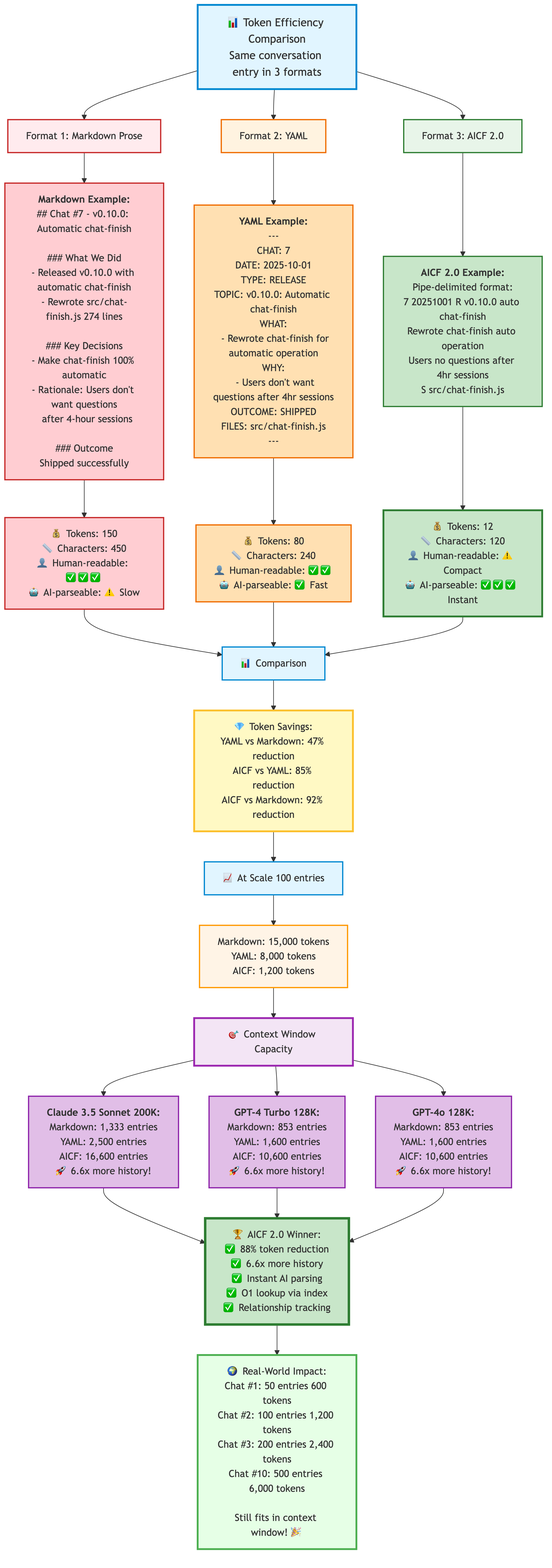
This is docs/05_token-efficiency.png from Vaeshkar/create-ai-chat-context-experimental, a Mermaid export, as it was before one commit. Its source is kept beside it as docs/05_token-efficiency.mmd. The source it was exported from:
```mermaid

graph TB
    Title[📊 Token Efficiency Comparison<br/>Same conversation entry in 3 formats]

    Title --> Format1[Format 1: Markdown Prose]
    Title --> Format2[Format 2: YAML]
    Title --> Format3[Format 3: AICF 2.0]

    Format1 --> MD[<b>Markdown Example:</b><br/>## Chat #7 - v0.10.0: Automatic chat-finish<br/><br/>### What We Did<br/>- Released v0.10.0 with automatic chat-finish<br/>- Rewrote src/chat-finish.js 274 lines<br/><br/>### Key Decisions<br/>- Make chat-finish 100% automatic<br/>- Rationale: Users don't want questions<br/>  after 4-hour sessions<br/><br/>### Outcome<br/>Shipped successfully]

    MD --> MDTokens[💰 Tokens: 150<br/>📏 Characters: 450<br/>👤 Human-readable: ✅✅✅<br/>🤖 AI-parseable: ⚠️ Slow]

    Format2 --> YAML[<b>YAML Example:</b><br/>---<br/>CHAT: 7<br/>DATE: 2025-10-01<br/>TYPE: RELEASE<br/>TOPIC: v0.10.0: Automatic chat-finish<br/>WHAT:<br/>  - Rewrote chat-finish for automatic operation<br/>WHY:<br/>  - Users don't want questions after 4hr sessions<br/>OUTCOME: SHIPPED<br/>FILES: src/chat-finish.js<br/>---]

    YAML --> YAMLTokens[💰 Tokens: 80<br/>📏 Characters: 240<br/>👤 Human-readable: ✅✅<br/>🤖 AI-parseable: ✅ Fast]

    Format3 --> AICF[<b>AICF 2.0 Example:</b><br/>Pipe-delimited format:<br/>7 20251001 R v0.10.0 auto chat-finish<br/>Rewrote chat-finish auto operation<br/>Users no questions after 4hr sessions<br/>S src/chat-finish.js]

    AICF --> AICFTokens[💰 Tokens: 12<br/>📏 Characters: 120<br/>👤 Human-readable: ⚠️ Compact<br/>🤖 AI-parseable: ✅✅✅ Instant]

    MDTokens --> Compare[📊 Comparison]
    YAMLTokens --> Compare
    AICFTokens --> Compare

    Compare --> Savings[💎 Token Savings:<br/>YAML vs Markdown: 47% reduction<br/>AICF vs YAML: 85% reduction<br/>AICF vs Markdown: 92% reduction]

    Savings --> Scale[📈 At Scale 100 entries]

    Scale --> Scale1[Markdown: 15,000 tokens<br/>YAML: 8,000 tokens<br/>AICF: 1,200 tokens]

    Scale1 --> Context[🎯 Context Window Capacity]

    Context --> Claude[<b>Claude 3.5 Sonnet 200K:</b><br/>Markdown: 1,333 entries<br/>YAML: 2,500 entries<br/>AICF: 16,600 entries<br/>🚀 6.6x more history!]

    Context --> GPT4[<b>GPT-4 Turbo 128K:</b><br/>Markdown: 853 entries<br/>YAML: 1,600 entries<br/>AICF: 10,600 entries<br/>🚀 6.6x more history!]

    Context --> GPT4o[<b>GPT-4o 128K:</b><br/>Markdown: 853 entries<br/>YAML: 1,600 entries<br/>AICF: 10,600 entries<br/>🚀 6.6x more history!]

    Claude --> Winner[🏆 AICF 2.0 Winner:<br/>✅ 88% token reduction<br/>✅ 6.6x more history<br/>✅ Instant AI parsing<br/>✅ O1 lookup via index<br/>✅ Relationship tracking]
    GPT4 --> Winner
    GPT4o --> Winner

    Winner --> RealWorld[🌍 Real-World Impact:<br/>Chat #1: 50 entries 600 tokens<br/>Chat #2: 100 entries 1,200 tokens<br/>Chat #3: 200 entries 2,400 tokens<br/>Chat #10: 500 entries 6,000 tokens<br/><br/>Still fits in context window! 🎉]

    style Title fill:#e1f5ff,stroke:#0288d1,stroke-width:3px,font-size:18px
    style Format1 fill:#ffebee,stroke:#c62828,stroke-width:2px
    style Format2 fill:#fff3e0,stroke:#ef6c00,stroke-width:2px
    style Format3 fill:#e8f5e9,stroke:#2e7d32,stroke-width:2px

    style MD fill:#ffcdd2,stroke:#c62828,stroke-width:2px
    style YAML fill:#ffe0b2,stroke:#ef6c00,stroke-width:2px
    style AICF fill:#c8e6c9,stroke:#2e7d32,stroke-width:2px

    style MDTokens fill:#ffcdd2,stroke:#c62828,stroke-width:2px
    style YAMLTokens fill:#ffe0b2,stroke:#ef6c00,stroke-width:2px
    style AICFTokens fill:#c8e6c9,stroke:#2e7d32,stroke-width:3px

    style Compare fill:#e1f5ff,stroke:#0288d1,stroke-width:2px
    style Savings fill:#fff9c4,stroke:#fbc02d,stroke-width:3px
    style Scale fill:#e1f5ff,stroke:#0288d1,stroke-width:2px
    style Scale1 fill:#fff4e6,stroke:#ff9800,stroke-width:2px
    style Context fill:#f3e5f5,stroke:#9c27b0,stroke-width:3px

    style Claude fill:#e1bee7,stroke:#8e24aa,stroke-width:2px
    style GPT4 fill:#e1bee7,stroke:#8e24aa,stroke-width:2px
    style GPT4o fill:#e1bee7,stroke:#8e24aa,stroke-width:2px

    style Winner fill:#c8e6c9,stroke:#2e7d32,stroke-width:4px,font-size:16px
    style RealWorld fill:#e6ffe6,stroke:#4caf50,stroke-width:3px
```
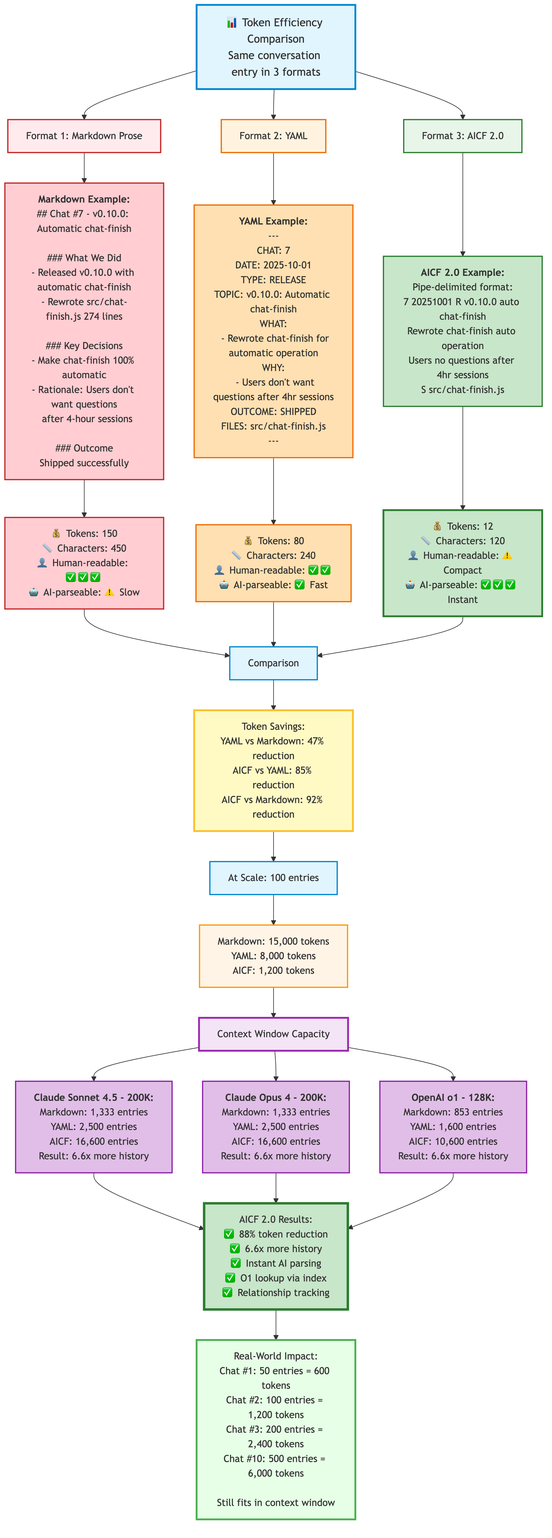
After the commit.

Diff of the diagram source:
```diff
@@ -18,29 +18,29 @@
 
     AICF --> AICFTokens[💰 Tokens: 12<br/>📏 Characters: 120<br/>👤 Human-readable: ⚠️ Compact<br/>🤖 AI-parseable: ✅✅✅ Instant]
 
-    MDTokens --> Compare[📊 Comparison]
+    MDTokens --> Compare[Comparison]
     YAMLTokens --> Compare
     AICFTokens --> Compare
 
-    Compare --> Savings[💎 Token Savings:<br/>YAML vs Markdown: 47% reduction<br/>AICF vs YAML: 85% reduction<br/>AICF vs Markdown: 92% reduction]
+    Compare --> Savings[Token Savings:<br/>YAML vs Markdown: 47% reduction<br/>AICF vs YAML: 85% reduction<br/>AICF vs Markdown: 92% reduction]
 
-    Savings --> Scale[📈 At Scale 100 entries]
+    Savings --> Scale[At Scale: 100 entries]
 
     Scale --> Scale1[Markdown: 15,000 tokens<br/>YAML: 8,000 tokens<br/>AICF: 1,200 tokens]
 
-    Scale1 --> Context[🎯 Context Window Capacity]
+    Scale1 --> Context[Context Window Capacity]
 
-    Context --> Claude[<b>Claude 3.5 Sonnet 200K:</b><br/>Markdown: 1,333 entries<br/>YAML: 2,500 entries<br/>AICF: 16,600 entries<br/>🚀 6.6x more history!]
+    Context --> Claude[<b>Claude Sonnet 4.5 - 200K:</b><br/>Markdown: 1,333 entries<br/>YAML: 2,500 entries<br/>AICF: 16,600 entries<br/>Result: 6.6x more history]
 
-    Context --> GPT4[<b>GPT-4 Turbo 128K:</b><br/>Markdown: 853 entries<br/>YAML: 1,600 entries<br/>AICF: 10,600 entries<br/>🚀 6.6x more history!]
+    Context --> Opus[<b>Claude Opus 4 - 200K:</b><br/>Markdown: 1,333 entries<br/>YAML: 2,500 entries<br/>AICF: 16,600 entries<br/>Result: 6.6x more history]
 
-    Context --> GPT4o[<b>GPT-4o 128K:</b><br/>Markdown: 853 entries<br/>YAML: 1,600 entries<br/>AICF: 10,600 entries<br/>🚀 6.6x more history!]
+    Context --> O1[<b>OpenAI o1 - 128K:</b><br/>Markdown: 853 entries<br/>YAML: 1,600 entries<br/>AICF: 10,600 entries<br/>Result: 6.6x more history]
 
-    Claude --> Winner[🏆 AICF 2.0 Winner:<br/>✅ 88% token reduction<br/>✅ 6.6x more history<br/>✅ Instant AI parsing<br/>✅ O1 lookup via index<br/>✅ Relationship tracking]
-    GPT4 --> Winner
-    GPT4o --> Winner
+    Claude --> Winner[AICF 2.0 Results:<br/>✅ 88% token reduction<br/>✅ 6.6x more history<br/>✅ Instant AI parsing<br/>✅ O1 lookup via index<br/>✅ Relationship tracking]
+    Opus --> Winner
+    O1 --> Winner
 
-    Winner --> RealWorld[🌍 Real-World Impact:<br/>Chat #1: 50 entries 600 tokens<br/>Chat #2: 100 entries 1,200 tokens<br/>Chat #3: 200 entries 2,400 tokens<br/>Chat #10: 500 entries 6,000 tokens<br/><br/>Still fits in context window! 🎉]
+    Winner --> RealWorld[Real-World Impact:<br/>Chat #1: 50 entries = 600 tokens<br/>Chat #2: 100 entries = 1,200 tokens<br/>Chat #3: 200 entries = 2,400 tokens<br/>Chat #10: 500 entries = 6,000 tokens<br/><br/>Still fits in context window]
 
     style Title fill:#e1f5ff,stroke:#0288d1,stroke-width:3px,font-size:18px
     style Format1 fill:#ffebee,stroke:#c62828,stroke-width:2px
@@ -62,8 +62,8 @@
     style Context fill:#f3e5f5,stroke:#9c27b0,stroke-width:3px
 
     style Claude fill:#e1bee7,stroke:#8e24aa,stroke-width:2px
-    style GPT4 fill:#e1bee7,stroke:#8e24aa,stroke-width:2px
-    style GPT4o fill:#e1bee7,stroke:#8e24aa,stroke-width:2px
+    style Opus fill:#e1bee7,stroke:#8e24aa,stroke-width:2px
+    style O1 fill:#e1bee7,stroke:#8e24aa,stroke-width:2px
 
     style Winner fill:#c8e6c9,stroke:#2e7d32,stroke-width:4px,font-size:16px
     style RealWorld fill:#e6ffe6,stroke:#4caf50,stroke-width:3px
```
